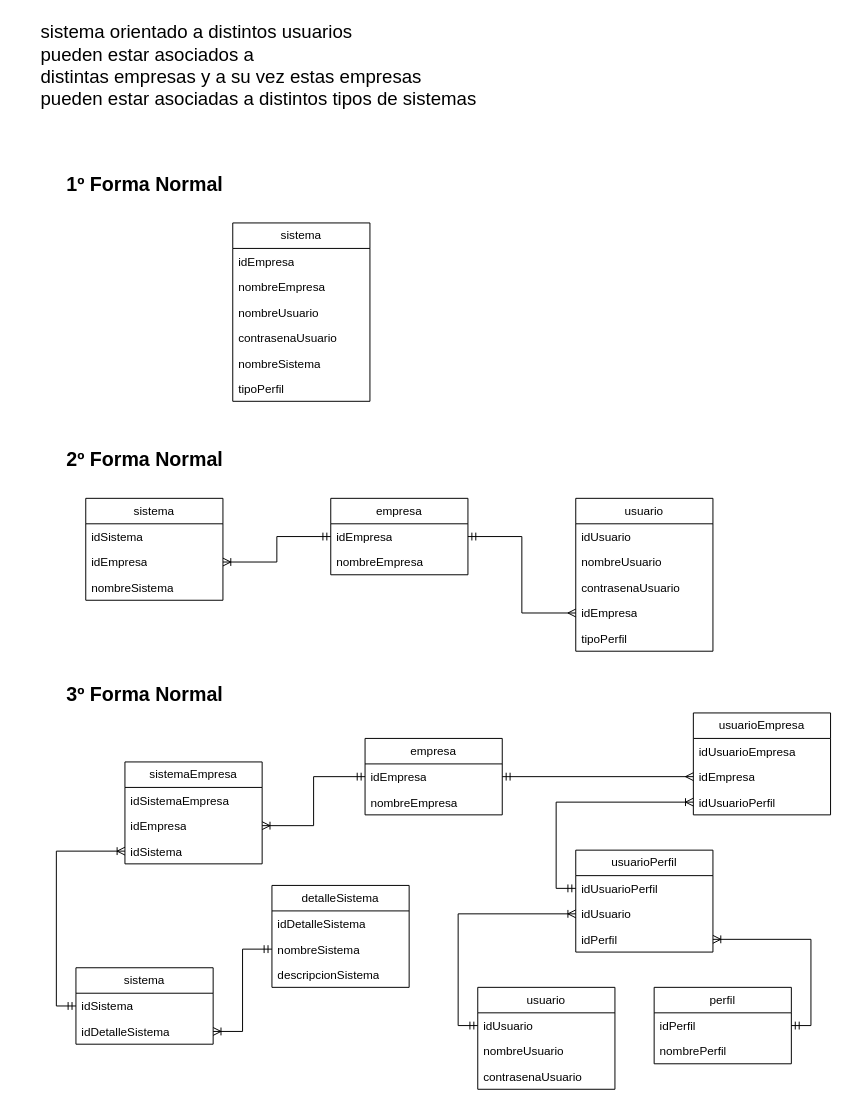
Before: Marco_Figueroa.drawio in CiscoFsociety23/diagramas, a draw.io diagram. Source tidied: cells renumbered, new cells numbered last; positions are measured from the earlier drawing's top-left corner, leaving out a move shared by most shapes. Both pictures are drawn from the tidied source at 98%, with x=0, y=0 at pixel (17, 17).
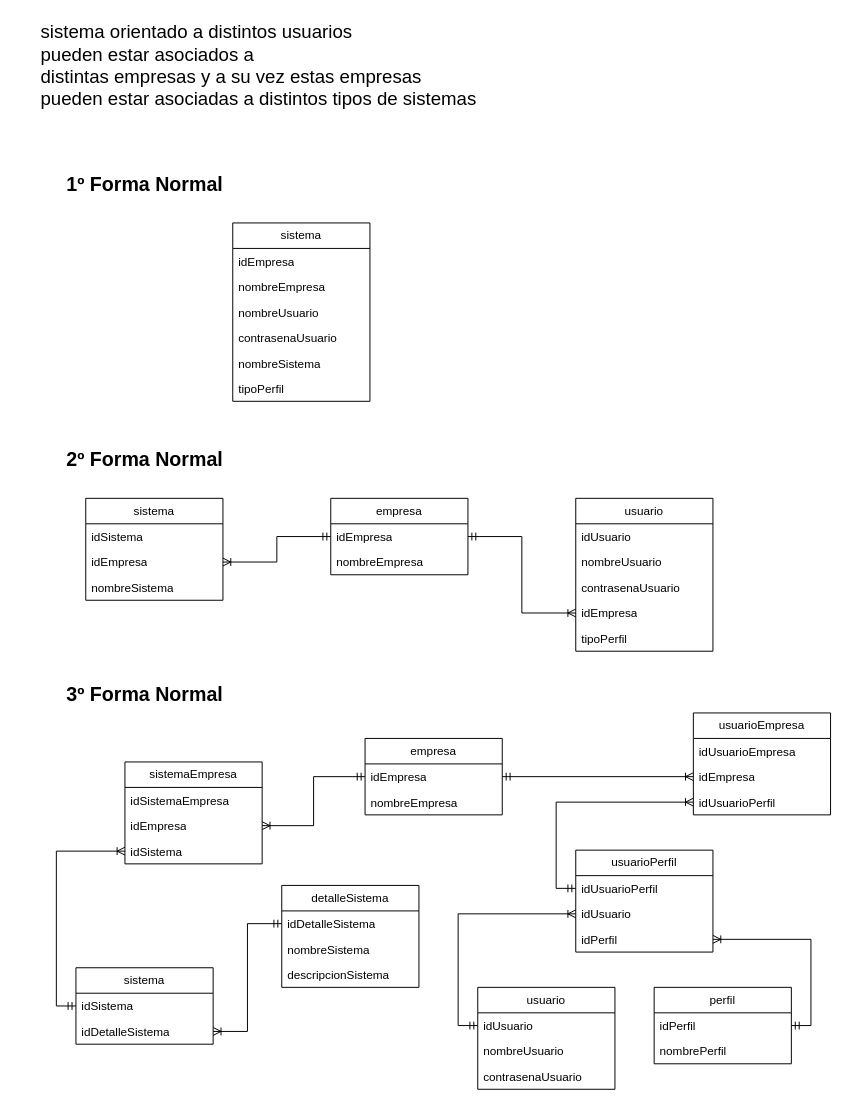
The same page after the edit.

The change refers to these unchanged cells:
```xml
<mxCell id="17" value="idEmpresa" style="text;strokeColor=none;fillColor=none;align=left;verticalAlign=top;spacingLeft=4;spacingRight=4;overflow=hidden;points=[[0,0.5],[1,0.5]];portConstraint=eastwest;whiteSpace=wrap;html=1;" parent="16" vertex="1">
  <mxGeometry y="26" width="140" height="26" as="geometry" />
</mxCell>
<mxCell id="23" value="idEmpresa" style="text;strokeColor=none;fillColor=none;align=left;verticalAlign=top;spacingLeft=4;spacingRight=4;overflow=hidden;points=[[0,0.5],[1,0.5]];portConstraint=eastwest;whiteSpace=wrap;html=1;" parent="19" vertex="1">
  <mxGeometry y="104" width="140" height="26" as="geometry" />
</mxCell>
<mxCell id="36" value="idEmpresa" style="text;strokeColor=none;fillColor=none;align=left;verticalAlign=top;spacingLeft=4;spacingRight=4;overflow=hidden;points=[[0,0.5],[1,0.5]];portConstraint=eastwest;whiteSpace=wrap;html=1;" parent="35" vertex="1">
  <mxGeometry y="26" width="140" height="26" as="geometry" />
</mxCell>
<mxCell id="41" value="idDetalleSistema" style="text;strokeColor=none;fillColor=none;align=left;verticalAlign=top;spacingLeft=4;spacingRight=4;overflow=hidden;points=[[0,0.5],[1,0.5]];portConstraint=eastwest;whiteSpace=wrap;html=1;" parent="39" vertex="1">
  <mxGeometry y="52" width="140" height="26" as="geometry" />
</mxCell>
<mxCell id="43" value="idDetalleSistema" style="text;strokeColor=none;fillColor=none;align=left;verticalAlign=top;spacingLeft=4;spacingRight=4;overflow=hidden;points=[[0,0.5],[1,0.5]];portConstraint=eastwest;whiteSpace=wrap;html=1;" parent="42" vertex="1">
  <mxGeometry y="26" width="140" height="26" as="geometry" />
</mxCell>
<mxCell id="44" value="nombreSistema" style="text;strokeColor=none;fillColor=none;align=left;verticalAlign=top;spacingLeft=4;spacingRight=4;overflow=hidden;points=[[0,0.5],[1,0.5]];portConstraint=eastwest;whiteSpace=wrap;html=1;" parent="42" vertex="1">
  <mxGeometry y="52" width="140" height="26" as="geometry" />
</mxCell>
<mxCell id="48" value="idEmpresa" style="text;strokeColor=none;fillColor=none;align=left;verticalAlign=top;spacingLeft=4;spacingRight=4;overflow=hidden;points=[[0,0.5],[1,0.5]];portConstraint=eastwest;whiteSpace=wrap;html=1;" parent="46" vertex="1">
  <mxGeometry y="52" width="140" height="26" as="geometry" />
</mxCell>
```

What changed in the source:
```diff
@@
-    <mxCell id="25" style="edgeStyle=orthogonalEdgeStyle;rounded=0;jettySize=auto;html=1;entryX=0;entryY=0.5;entryDx=0;entryDy=0;endArrow=ERmany;endFill=0;startArrow=ERmandOne;startFill=0;" parent="1" edge="1" source="17" target="23">
+    <mxCell id="25" style="edgeStyle=orthogonalEdgeStyle;rounded=0;jettySize=auto;html=1;entryX=0;entryY=0.5;entryDx=0;entryDy=0;endArrow=ERoneToMany;endFill=0;startArrow=ERmandOne;startFill=0;" parent="1" edge="1" source="17" target="23">
       <mxGeometry relative="1" as="geometry" />
     </mxCell>
@@
-    <mxCell id="38" style="edgeStyle=orthogonalEdgeStyle;rounded=0;jettySize=auto;html=1;entryX=0;entryY=0.5;entryDx=0;entryDy=0;endArrow=ERmany;endFill=0;startArrow=ERmandOne;startFill=0;exitX=1;exitY=0.5;exitDx=0;exitDy=0;" parent="1" edge="1" source="36" target="48">
+    <mxCell id="38" style="edgeStyle=orthogonalEdgeStyle;rounded=0;jettySize=auto;html=1;entryX=0;entryY=0.5;entryDx=0;entryDy=0;endArrow=ERoneToMany;endFill=0;startArrow=ERmandOne;startFill=0;exitX=1;exitY=0.5;exitDx=0;exitDy=0;" parent="1" edge="1" source="36" target="48">
       <mxGeometry relative="1" as="geometry" />
     </mxCell>
@@
     <mxCell id="42" value="detalleSistema" style="swimlane;fontStyle=0;horizontal=1;startSize=26;fillColor=none;whiteSpace=wrap;html=1;" parent="1" vertex="1">
-      <mxGeometry x="260" y="886" width="140" height="104" as="geometry" />
+      <mxGeometry x="270" y="886" width="140" height="104" as="geometry" />
     </mxCell>
@@
-    <mxCell id="60" style="edgeStyle=orthogonalEdgeStyle;rounded=0;jettySize=auto;html=1;endArrow=ERoneToMany;endFill=0;startArrow=ERmandOne;startFill=0;" parent="1" edge="1" source="44" target="41">
+    <mxCell id="60" style="edgeStyle=orthogonalEdgeStyle;rounded=0;jettySize=auto;html=1;endArrow=ERoneToMany;endFill=0;startArrow=ERmandOne;startFill=0;exitX=0;exitY=0.5;exitDx=0;exitDy=0;" parent="1" edge="1" source="43" target="41">
       <mxGeometry relative="1" as="geometry" />
     </mxCell>
```
